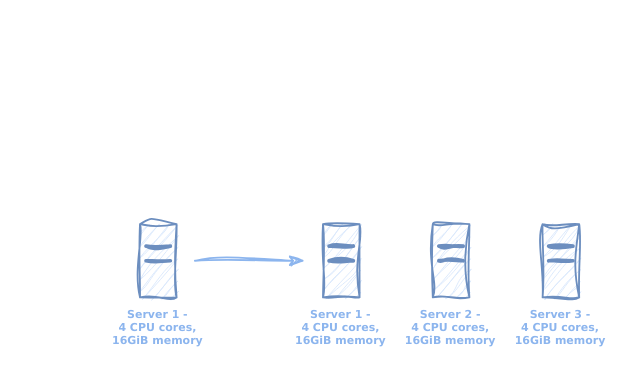
MichaelStott/tech-squawks keeps this draw.io diagram as page "Page-1" (1 of 2) of diagrams/scaling.drawio. Above is the earlier version. Source tidied: cells renumbered, new cells numbered last; positions are measured from the earlier drawing's top-left corner, leaving out a move shared by most shapes. Both pictures are drawn from the tidied source at 183%, with x=0, y=0 at pixel (139, 223).
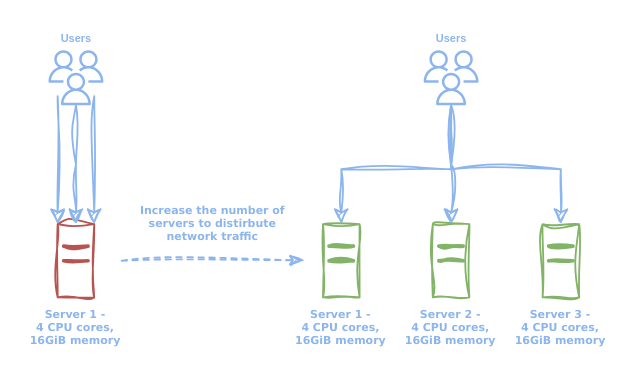
After the change.

Diff of the diagram source:
```diff
@@
-    <mxCell id="2" value="Server 1 -&#10;4 CPU cores,&#10;16GiB memory" style="group;strokeColor=#6c8ebf;fontSize=6;labelPosition=center;verticalLabelPosition=bottom;align=center;verticalAlign=top;fontFamily=Verdana;sketch=1;curveFitting=1;jiggle=2;fillColor=#dae8fc;fontColor=#8CB5EE;fontStyle=1;" parent="1" vertex="1">
-      <mxGeometry width="20" height="40" as="geometry" />
+    <mxCell id="2" value="Server 1 -&#10;4 CPU cores,&#10;16GiB memory" style="group;strokeColor=#b85450;fontSize=6;labelPosition=center;verticalLabelPosition=bottom;align=center;verticalAlign=top;fontFamily=Verdana;sketch=1;curveFitting=1;jiggle=2;fillColor=none;fontStyle=1;fontColor=#8CB5EE;" parent="1" vertex="1">
+      <mxGeometry x="-45" width="20" height="40" as="geometry" />
     </mxCell>
-    <mxCell id="3" style="line;strokeWidth=2;html=1;sketch=1;curveFitting=1;jiggle=2;strokeColor=#6c8ebf;fillColor=#dae8fc;fontColor=#8CB5EE;fontSize=6;fontStyle=1;" parent="2" vertex="1">
+    <mxCell id="3" style="line;strokeWidth=2;html=1;sketch=1;curveFitting=1;jiggle=2;strokeColor=#b85450;fillColor=#f8cecc;fontSize=6;fontStyle=1;fontColor=#8CB5EE;" parent="2" vertex="1">
       <mxGeometry x="3.3" y="8" width="13.3" height="8" as="geometry" />
     </mxCell>
-    <mxCell id="4" style="line;strokeWidth=2;html=1;sketch=1;curveFitting=1;jiggle=2;strokeColor=#6c8ebf;fillColor=#dae8fc;fontColor=#8CB5EE;fontSize=6;fontStyle=1;" parent="2" vertex="1">
+    <mxCell id="4" style="line;strokeWidth=2;html=1;sketch=1;curveFitting=1;jiggle=2;strokeColor=#b85450;fillColor=#f8cecc;fontSize=6;fontStyle=1;fontColor=#8CB5EE;" parent="2" vertex="1">
       <mxGeometry x="3.3" y="16" width="13.3" height="8" as="geometry" />
     </mxCell>
-    <mxCell id="5" value="Server 2 -&#10;4 CPU cores,&#10;16GiB memory" style="group;strokeColor=#6c8ebf;fontSize=6;labelPosition=center;verticalLabelPosition=bottom;align=center;verticalAlign=top;fontFamily=Verdana;sketch=1;curveFitting=1;jiggle=2;fillColor=#dae8fc;fontColor=#8CB5EE;fontStyle=1;" parent="1" vertex="1">
+    <mxCell id="5" value="Server 2 -&#10;4 CPU cores,&#10;16GiB memory" style="group;strokeColor=#82b366;fontSize=6;labelPosition=center;verticalLabelPosition=bottom;align=center;verticalAlign=top;fontFamily=Verdana;sketch=1;curveFitting=1;jiggle=2;fillColor=none;fontStyle=1;fontColor=#8CB5EE;" parent="1" vertex="1">
       <mxGeometry x="160" width="20" height="40" as="geometry" />
     </mxCell>
-    <mxCell id="6" style="line;strokeWidth=2;html=1;sketch=1;curveFitting=1;jiggle=2;strokeColor=#6c8ebf;fillColor=#dae8fc;fontColor=#8CB5EE;fontSize=6;fontStyle=1;" parent="5" vertex="1">
+    <mxCell id="6" style="line;strokeWidth=2;html=1;sketch=1;curveFitting=1;jiggle=2;strokeColor=#82b366;fillColor=#d5e8d4;fontSize=6;fontStyle=1;fontColor=#8CB5EE;" parent="5" vertex="1">
       <mxGeometry x="3.3" y="8" width="13.3" height="8" as="geometry" />
     </mxCell>
-    <mxCell id="7" style="line;strokeWidth=2;html=1;sketch=1;curveFitting=1;jiggle=2;strokeColor=#6c8ebf;fillColor=#dae8fc;fontColor=#8CB5EE;fontSize=6;fontStyle=1;" parent="5" vertex="1">
+    <mxCell id="7" style="line;strokeWidth=2;html=1;sketch=1;curveFitting=1;jiggle=2;strokeColor=#82b366;fillColor=#d5e8d4;fontSize=6;fontStyle=1;fontColor=#8CB5EE;" parent="5" vertex="1">
       <mxGeometry x="3.3" y="16" width="13.3" height="8" as="geometry" />
     </mxCell>
-    <mxCell id="8" value="Server 1 -&#10;4 CPU cores,&#10;16GiB memory" style="group;strokeColor=#6c8ebf;fontSize=6;labelPosition=center;verticalLabelPosition=bottom;align=center;verticalAlign=top;fontFamily=Verdana;sketch=1;curveFitting=1;jiggle=2;fillColor=#dae8fc;fontColor=#8CB5EE;fontStyle=1;" parent="1" vertex="1">
+    <mxCell id="8" value="Server 1 -&#10;4 CPU cores,&#10;16GiB memory" style="group;strokeColor=#82b366;fontSize=6;labelPosition=center;verticalLabelPosition=bottom;align=center;verticalAlign=top;fontFamily=Verdana;sketch=1;curveFitting=1;jiggle=2;fillColor=none;fontStyle=1;fontColor=#8CB5EE;" parent="1" vertex="1">
       <mxGeometry x="100" width="20" height="40" as="geometry" />
     </mxCell>
-    <mxCell id="9" style="line;strokeWidth=2;html=1;sketch=1;curveFitting=1;jiggle=2;strokeColor=#6c8ebf;fillColor=#dae8fc;fontColor=#8CB5EE;fontSize=6;fontStyle=1;" parent="8" vertex="1">
+    <mxCell id="9" style="line;strokeWidth=2;html=1;sketch=1;curveFitting=1;jiggle=2;strokeColor=#82b366;fillColor=#d5e8d4;fontSize=6;fontStyle=1;fontColor=#8CB5EE;" parent="8" vertex="1">
       <mxGeometry x="3.3" y="8" width="13.3" height="8" as="geometry" />
     </mxCell>
-    <mxCell id="10" style="line;strokeWidth=2;html=1;sketch=1;curveFitting=1;jiggle=2;strokeColor=#6c8ebf;fillColor=#dae8fc;fontColor=#8CB5EE;fontSize=6;fontStyle=1;" parent="8" vertex="1">
+    <mxCell id="10" style="line;strokeWidth=2;html=1;sketch=1;curveFitting=1;jiggle=2;strokeColor=#82b366;fillColor=#d5e8d4;fontSize=6;fontStyle=1;fontColor=#8CB5EE;" parent="8" vertex="1">
       <mxGeometry x="3.3" y="16" width="13.3" height="8" as="geometry" />
     </mxCell>
-    <mxCell id="11" value="Server 3 -&#10;4 CPU cores,&#10;16GiB memory" style="group;strokeColor=#6c8ebf;fontSize=6;labelPosition=center;verticalLabelPosition=bottom;align=center;verticalAlign=top;fontFamily=Verdana;sketch=1;curveFitting=1;jiggle=2;fillColor=#dae8fc;fontColor=#8CB5EE;fontStyle=1;" parent="1" vertex="1">
+    <mxCell id="11" value="Server 3 -&#10;4 CPU cores,&#10;16GiB memory" style="group;strokeColor=#82b366;fontSize=6;labelPosition=center;verticalLabelPosition=bottom;align=center;verticalAlign=top;fontFamily=Verdana;sketch=1;curveFitting=1;jiggle=2;fillColor=none;fontStyle=1;fontColor=#8CB5EE;" parent="1" vertex="1">
       <mxGeometry x="220" width="20" height="40" as="geometry" />
     </mxCell>
-    <mxCell id="12" style="line;strokeWidth=2;html=1;sketch=1;curveFitting=1;jiggle=2;strokeColor=#6c8ebf;fillColor=#dae8fc;fontColor=#8CB5EE;fontSize=6;fontStyle=1;" parent="11" vertex="1">
+    <mxCell id="12" style="line;strokeWidth=2;html=1;sketch=1;curveFitting=1;jiggle=2;strokeColor=#82b366;fillColor=#d5e8d4;fontSize=6;fontStyle=1;fontColor=#8CB5EE;" parent="11" vertex="1">
       <mxGeometry x="3.3" y="8" width="13.3" height="8" as="geometry" />
     </mxCell>
-    <mxCell id="13" style="line;strokeWidth=2;html=1;sketch=1;curveFitting=1;jiggle=2;strokeColor=#6c8ebf;fillColor=#dae8fc;fontColor=#8CB5EE;fontSize=6;fontStyle=1;" parent="11" vertex="1">
+    <mxCell id="13" style="line;strokeWidth=2;html=1;sketch=1;curveFitting=1;jiggle=2;strokeColor=#82b366;fillColor=#d5e8d4;fontSize=6;fontStyle=1;fontColor=#8CB5EE;" parent="11" vertex="1">
       <mxGeometry x="3.3" y="16" width="13.3" height="8" as="geometry" />
     </mxCell>
-    <mxCell id="14" style="edgeStyle=none;orthogonalLoop=1;jettySize=auto;html=1;rounded=0;sketch=1;curveFitting=1;jiggle=2;strokeColor=#8CB5EE;endArrow=classicThin;endFill=1;fontColor=#8CB5EE;fontSize=6;fontStyle=1;" parent="1" edge="1">
+    <mxCell id="14" style="edgeStyle=none;orthogonalLoop=1;jettySize=auto;html=1;rounded=1;sketch=1;curveFitting=1;jiggle=2;strokeColor=#8CB5EE;endArrow=classicThin;endFill=1;fontColor=#8CB5EE;fontSize=6;fontStyle=1;dashed=1;" parent="1" edge="1">
       <mxGeometry relative="1" as="geometry">
-        <mxPoint x="30" y="20" as="sourcePoint" />
-        <mxPoint x="90" y="20" as="targetPoint" />
+        <mxPoint x="-10" y="20" as="sourcePoint" />
+        <mxPoint x="90" y="19.7" as="targetPoint" />
       </mxGeometry>
     </mxCell>
+    <mxCell id="15" style="edgeStyle=orthogonalEdgeStyle;rounded=0;jettySize=auto;html=1;sketch=1;curveFitting=1;jiggle=2;strokeColor=#8CB5EE;" parent="1" edge="1" source="16">
+      <mxGeometry relative="1" as="geometry">
+        <mxPoint x="-35" as="targetPoint" />
+      </mxGeometry>
+    </mxCell>
+    <mxCell id="16" value="&lt;b style=&quot;font-size: 6px;&quot;&gt;Users&lt;/b&gt;" style="sketch=0;outlineConnect=0;fontColor=#8CB5EE;gradientColor=none;fillColor=#8CB5EE;strokeColor=none;dashed=0;verticalLabelPosition=top;verticalAlign=bottom;align=center;html=1;fontSize=6;fontStyle=0;shape=mxgraph.aws4.users;labelPosition=center;" parent="1" vertex="1">
+      <mxGeometry x="-50" y="-95" width="30" height="30" as="geometry" />
+    </mxCell>
+    <mxCell id="17" style="edgeStyle=orthogonalEdgeStyle;rounded=0;jettySize=auto;html=1;strokeColor=#8CB5EE;sketch=1;curveFitting=1;jiggle=2;" parent="1" edge="1" source="20">
+      <mxGeometry relative="1" as="geometry">
+        <mxPoint x="170" as="targetPoint" />
+      </mxGeometry>
+    </mxCell>
+    <mxCell id="18" style="edgeStyle=orthogonalEdgeStyle;rounded=0;jettySize=auto;html=1;strokeColor=#8CB5EE;sketch=1;curveFitting=1;jiggle=2;" parent="1" edge="1" source="20">
+      <mxGeometry relative="1" as="geometry">
+        <mxPoint x="110" as="targetPoint" />
+        <Array as="points">
+          <mxPoint x="170" y="-30" />
+          <mxPoint x="110" y="-30" />
+        </Array>
+      </mxGeometry>
+    </mxCell>
+    <mxCell id="19" style="edgeStyle=orthogonalEdgeStyle;rounded=0;jettySize=auto;html=1;strokeColor=#8CB5EE;sketch=1;curveFitting=1;jiggle=2;" parent="1" edge="1" source="20">
+      <mxGeometry relative="1" as="geometry">
+        <mxPoint x="230" as="targetPoint" />
+        <Array as="points">
+          <mxPoint x="170" y="-30" />
+          <mxPoint x="230" y="-30" />
+        </Array>
+      </mxGeometry>
+    </mxCell>
+    <mxCell id="20" value="&lt;b style=&quot;font-size: 6px;&quot;&gt;Users&lt;/b&gt;" style="sketch=0;outlineConnect=0;fontColor=#8CB5EE;gradientColor=none;fillColor=#8CB5EE;strokeColor=none;dashed=0;verticalLabelPosition=top;verticalAlign=bottom;align=center;html=1;fontSize=6;fontStyle=0;shape=mxgraph.aws4.users;labelPosition=center;" parent="1" vertex="1">
+      <mxGeometry x="155" y="-95" width="30" height="30" as="geometry" />
+    </mxCell>
+    <mxCell id="21" value="Increase the number of &#10;servers to distirbute&#10;network traffic" style="text;align=center;verticalAlign=middle;strokeColor=none;fillColor=none;fontColor=#8CB5EE;fontSize=6;fontStyle=1;fontFamily=Verdana;" parent="1" vertex="1">
+      <mxGeometry x="-10" y="-20" width="100" height="40" as="geometry" />
+    </mxCell>
+    <mxCell id="22" style="edgeStyle=orthogonalEdgeStyle;rounded=0;orthogonalLoop=1;jettySize=auto;html=1;sketch=1;curveFitting=1;jiggle=2;strokeColor=#8CB5EE;" parent="1" edge="1">
+      <mxGeometry relative="1" as="geometry">
+        <mxPoint x="-45" y="-70" as="sourcePoint" />
+        <mxPoint x="-45" as="targetPoint" />
+      </mxGeometry>
+    </mxCell>
+    <mxCell id="23" style="edgeStyle=orthogonalEdgeStyle;rounded=0;orthogonalLoop=1;jettySize=auto;html=1;sketch=1;curveFitting=1;jiggle=2;strokeColor=#8CB5EE;" parent="1" edge="1">
+      <mxGeometry relative="1" as="geometry">
+        <mxPoint x="-25" y="-70" as="sourcePoint" />
+        <mxPoint x="-25" as="targetPoint" />
+      </mxGeometry>
+    </mxCell>
```
